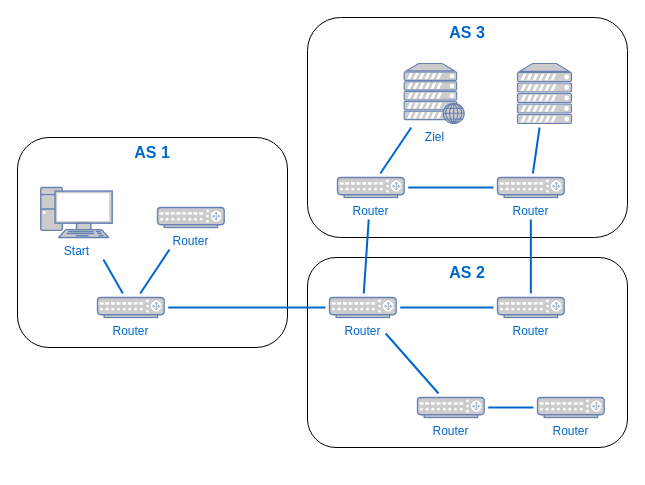
The draw.io diagram paper/images/example_network.drawio in lennartkloock/bgp-hijacking-detection, before the edit. Source tidied: cells renumbered, new cells numbered last; positions are measured from the earlier drawing's top-left corner, leaving out a move shared by most shapes. Both pictures are drawn from the tidied source at 100%, with x=0, y=0 at pixel (17, 17).
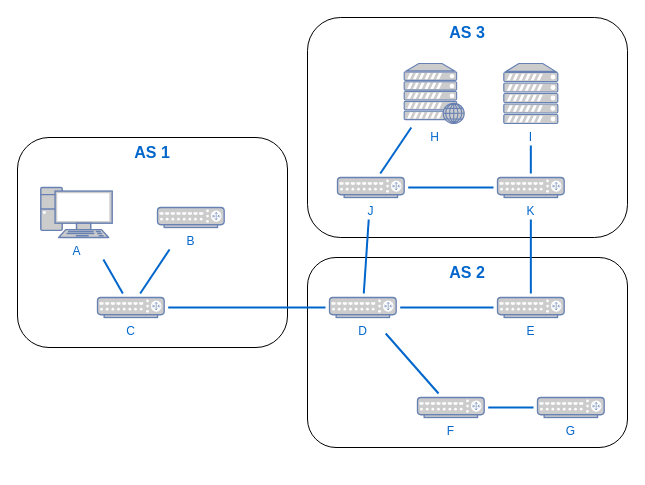
The same diagram, later.

Unchanged cells that the change refers to:
```xml
<mxCell id="2" style="group;shadow=0;" parent="1" vertex="1">
  <mxGeometry x="110" y="120" width="310" height="210" as="geometry" />
</mxCell>
<mxCell id="8" style="group;" parent="1" vertex="1">
  <mxGeometry x="290" y="240" width="320" height="210" as="geometry" />
</mxCell>
<mxCell id="18" style="group;" parent="1" vertex="1">
  <mxGeometry x="290" y="10" width="320" height="220" as="geometry" />
</mxCell>
```

Change to the diagram source:
```diff
@@
-    <mxCell id="5" value="Router" style="fontColor=#0066CC;verticalAlign=top;verticalLabelPosition=bottom;labelPosition=center;align=center;html=1;outlineConnect=0;fillColor=#CCCCCC;strokeColor=#6881B3;gradientColor=none;gradientDirection=north;strokeWidth=2;shape=mxgraph.networks.router;" parent="2" vertex="1">
+    <mxCell id="5" value="B" style="fontColor=#0066CC;verticalAlign=top;verticalLabelPosition=bottom;labelPosition=center;align=center;html=1;outlineConnect=0;fillColor=#CCCCCC;strokeColor=#6881B3;gradientColor=none;gradientDirection=north;strokeWidth=2;shape=mxgraph.networks.router;" parent="2" vertex="1">
       <mxGeometry x="30" y="70" width="66.7" height="20" as="geometry" />
     </mxCell>
-    <mxCell id="6" value="Router" style="fontColor=#0066CC;verticalAlign=top;verticalLabelPosition=bottom;labelPosition=center;align=center;html=1;outlineConnect=0;fillColor=#CCCCCC;strokeColor=#6881B3;gradientColor=none;gradientDirection=north;strokeWidth=2;shape=mxgraph.networks.router;" parent="2" vertex="1">
+    <mxCell id="6" value="C" style="fontColor=#0066CC;verticalAlign=top;verticalLabelPosition=bottom;labelPosition=center;align=center;html=1;outlineConnect=0;fillColor=#CCCCCC;strokeColor=#6881B3;gradientColor=none;gradientDirection=north;strokeWidth=2;shape=mxgraph.networks.router;" parent="2" vertex="1">
       <mxGeometry x="-30" y="160" width="66.7" height="20" as="geometry" />
     </mxCell>
@@
-    <mxCell id="10" value="Router" style="fontColor=#0066CC;verticalAlign=top;verticalLabelPosition=bottom;labelPosition=center;align=center;html=1;outlineConnect=0;fillColor=#CCCCCC;strokeColor=#6881B3;gradientColor=none;gradientDirection=north;strokeWidth=2;shape=mxgraph.networks.router;" parent="8" vertex="1">
+    <mxCell id="10" value="D" style="fontColor=#0066CC;verticalAlign=top;verticalLabelPosition=bottom;labelPosition=center;align=center;html=1;outlineConnect=0;fillColor=#CCCCCC;strokeColor=#6881B3;gradientColor=none;gradientDirection=north;strokeWidth=2;shape=mxgraph.networks.router;" parent="8" vertex="1">
       <mxGeometry x="22" y="40" width="66.7" height="20" as="geometry" />
     </mxCell>
@@
-    <mxCell id="12" value="Router" style="fontColor=#0066CC;verticalAlign=top;verticalLabelPosition=bottom;labelPosition=center;align=center;html=1;outlineConnect=0;fillColor=#CCCCCC;strokeColor=#6881B3;gradientColor=none;gradientDirection=north;strokeWidth=2;shape=mxgraph.networks.router;" parent="8" vertex="1">
+    <mxCell id="12" value="F" style="fontColor=#0066CC;verticalAlign=top;verticalLabelPosition=bottom;labelPosition=center;align=center;html=1;outlineConnect=0;fillColor=#CCCCCC;strokeColor=#6881B3;gradientColor=none;gradientDirection=north;strokeWidth=2;shape=mxgraph.networks.router;" parent="8" vertex="1">
       <mxGeometry x="110" y="140" width="66.7" height="20" as="geometry" />
     </mxCell>
-    <mxCell id="13" value="Router" style="fontColor=#0066CC;verticalAlign=top;verticalLabelPosition=bottom;labelPosition=center;align=center;html=1;outlineConnect=0;fillColor=#CCCCCC;strokeColor=#6881B3;gradientColor=none;gradientDirection=north;strokeWidth=2;shape=mxgraph.networks.router;" parent="8" vertex="1">
+    <mxCell id="13" value="G" style="fontColor=#0066CC;verticalAlign=top;verticalLabelPosition=bottom;labelPosition=center;align=center;html=1;outlineConnect=0;fillColor=#CCCCCC;strokeColor=#6881B3;gradientColor=none;gradientDirection=north;strokeWidth=2;shape=mxgraph.networks.router;" parent="8" vertex="1">
       <mxGeometry x="230" y="140" width="66.7" height="20" as="geometry" />
     </mxCell>
-    <mxCell id="14" value="Router" style="fontColor=#0066CC;verticalAlign=top;verticalLabelPosition=bottom;labelPosition=center;align=center;html=1;outlineConnect=0;fillColor=#CCCCCC;strokeColor=#6881B3;gradientColor=none;gradientDirection=north;strokeWidth=2;shape=mxgraph.networks.router;" parent="8" vertex="1">
+    <mxCell id="14" value="E" style="fontColor=#0066CC;verticalAlign=top;verticalLabelPosition=bottom;labelPosition=center;align=center;html=1;outlineConnect=0;fillColor=#CCCCCC;strokeColor=#6881B3;gradientColor=none;gradientDirection=north;strokeWidth=2;shape=mxgraph.networks.router;" parent="8" vertex="1">
       <mxGeometry x="190" y="40" width="66.7" height="20" as="geometry" />
     </mxCell>
@@
-    <mxCell id="20" value="Ziel" style="fontColor=#0066CC;verticalAlign=top;verticalLabelPosition=bottom;labelPosition=center;align=center;html=1;outlineConnect=0;fillColor=#CCCCCC;strokeColor=#6881B3;gradientColor=none;gradientDirection=north;strokeWidth=2;shape=mxgraph.networks.web_server;fontStyle=0;fontSize=12;" parent="18" vertex="1">
+    <mxCell id="20" value="H" style="fontColor=#0066CC;verticalAlign=top;verticalLabelPosition=bottom;labelPosition=center;align=center;html=1;outlineConnect=0;fillColor=#CCCCCC;strokeColor=#6881B3;gradientColor=none;gradientDirection=north;strokeWidth=2;shape=mxgraph.networks.web_server;fontStyle=0;fontSize=12;" parent="18" vertex="1">
       <mxGeometry x="96.7" y="36" width="60" height="60" as="geometry" />
     </mxCell>
-    <mxCell id="21" value="Router" style="fontColor=#0066CC;verticalAlign=top;verticalLabelPosition=bottom;labelPosition=center;align=center;html=1;outlineConnect=0;fillColor=#CCCCCC;strokeColor=#6881B3;gradientColor=none;gradientDirection=north;strokeWidth=2;shape=mxgraph.networks.router;" parent="18" vertex="1">
+    <mxCell id="21" value="J" style="fontColor=#0066CC;verticalAlign=top;verticalLabelPosition=bottom;labelPosition=center;align=center;html=1;outlineConnect=0;fillColor=#CCCCCC;strokeColor=#6881B3;gradientColor=none;gradientDirection=north;strokeWidth=2;shape=mxgraph.networks.router;" parent="18" vertex="1">
       <mxGeometry x="30" y="150" width="66.7" height="20" as="geometry" />
     </mxCell>
@@
-    <mxCell id="23" value="Router" style="fontColor=#0066CC;verticalAlign=top;verticalLabelPosition=bottom;labelPosition=center;align=center;html=1;outlineConnect=0;fillColor=#CCCCCC;strokeColor=#6881B3;gradientColor=none;gradientDirection=north;strokeWidth=2;shape=mxgraph.networks.router;" parent="18" vertex="1">
+    <mxCell id="23" value="K" style="fontColor=#0066CC;verticalAlign=top;verticalLabelPosition=bottom;labelPosition=center;align=center;html=1;outlineConnect=0;fillColor=#CCCCCC;strokeColor=#6881B3;gradientColor=none;gradientDirection=north;strokeWidth=2;shape=mxgraph.networks.router;" parent="18" vertex="1">
       <mxGeometry x="190" y="150" width="66.7" height="20" as="geometry" />
     </mxCell>
@@
-    <mxCell id="25" style="fontColor=#0066CC;verticalAlign=top;verticalLabelPosition=bottom;labelPosition=center;align=center;html=1;outlineConnect=0;fillColor=#CCCCCC;strokeColor=#6881B3;gradientColor=none;gradientDirection=north;strokeWidth=2;shape=mxgraph.networks.server;" parent="18" vertex="1">
-      <mxGeometry x="210" y="36" width="54" height="60" as="geometry" />
+    <mxCell id="25" value="I" style="fontColor=#0066CC;verticalAlign=top;verticalLabelPosition=bottom;labelPosition=center;align=center;html=1;outlineConnect=0;fillColor=#CCCCCC;strokeColor=#6881B3;gradientColor=none;gradientDirection=north;strokeWidth=2;shape=mxgraph.networks.server;" parent="18" vertex="1">
+      <mxGeometry x="196.3" y="36" width="54" height="60" as="geometry" />
     </mxCell>
-    <mxCell id="26" style="endArrow=none;html=1;rounded=0;targetPerimeterSpacing=4;sourcePerimeterSpacing=4;strokeColor=#0066CC;strokeWidth=2;endFill=0;" parent="18" edge="1" source="25" target="23">
+    <mxCell id="26" style="endArrow=none;html=1;rounded=0;targetPerimeterSpacing=4;sourcePerimeterSpacing=22;strokeColor=#0066CC;strokeWidth=2;endFill=0;startSize=6;endSize=6;" parent="18" edge="1" source="25" target="23">
       <mxGeometry relative="1" as="geometry" />
     </mxCell>
@@
-    <mxCell id="30" value="Start" style="fontColor=#0066CC;verticalAlign=top;verticalLabelPosition=bottom;labelPosition=center;align=center;html=1;outlineConnect=0;fillColor=#CCCCCC;strokeColor=#6881B3;gradientColor=none;gradientDirection=north;strokeWidth=2;shape=mxgraph.networks.pc;fontStyle=0;fontSize=12;" parent="1" vertex="1">
+    <mxCell id="30" value="A" style="fontColor=#0066CC;verticalAlign=top;verticalLabelPosition=bottom;labelPosition=center;align=center;html=1;outlineConnect=0;fillColor=#CCCCCC;strokeColor=#6881B3;gradientColor=none;gradientDirection=north;strokeWidth=2;shape=mxgraph.networks.pc;fontStyle=0;fontSize=12;" parent="1" vertex="1">
       <mxGeometry x="23.3" y="170" width="71.4" height="50" as="geometry" />
     </mxCell>
```
